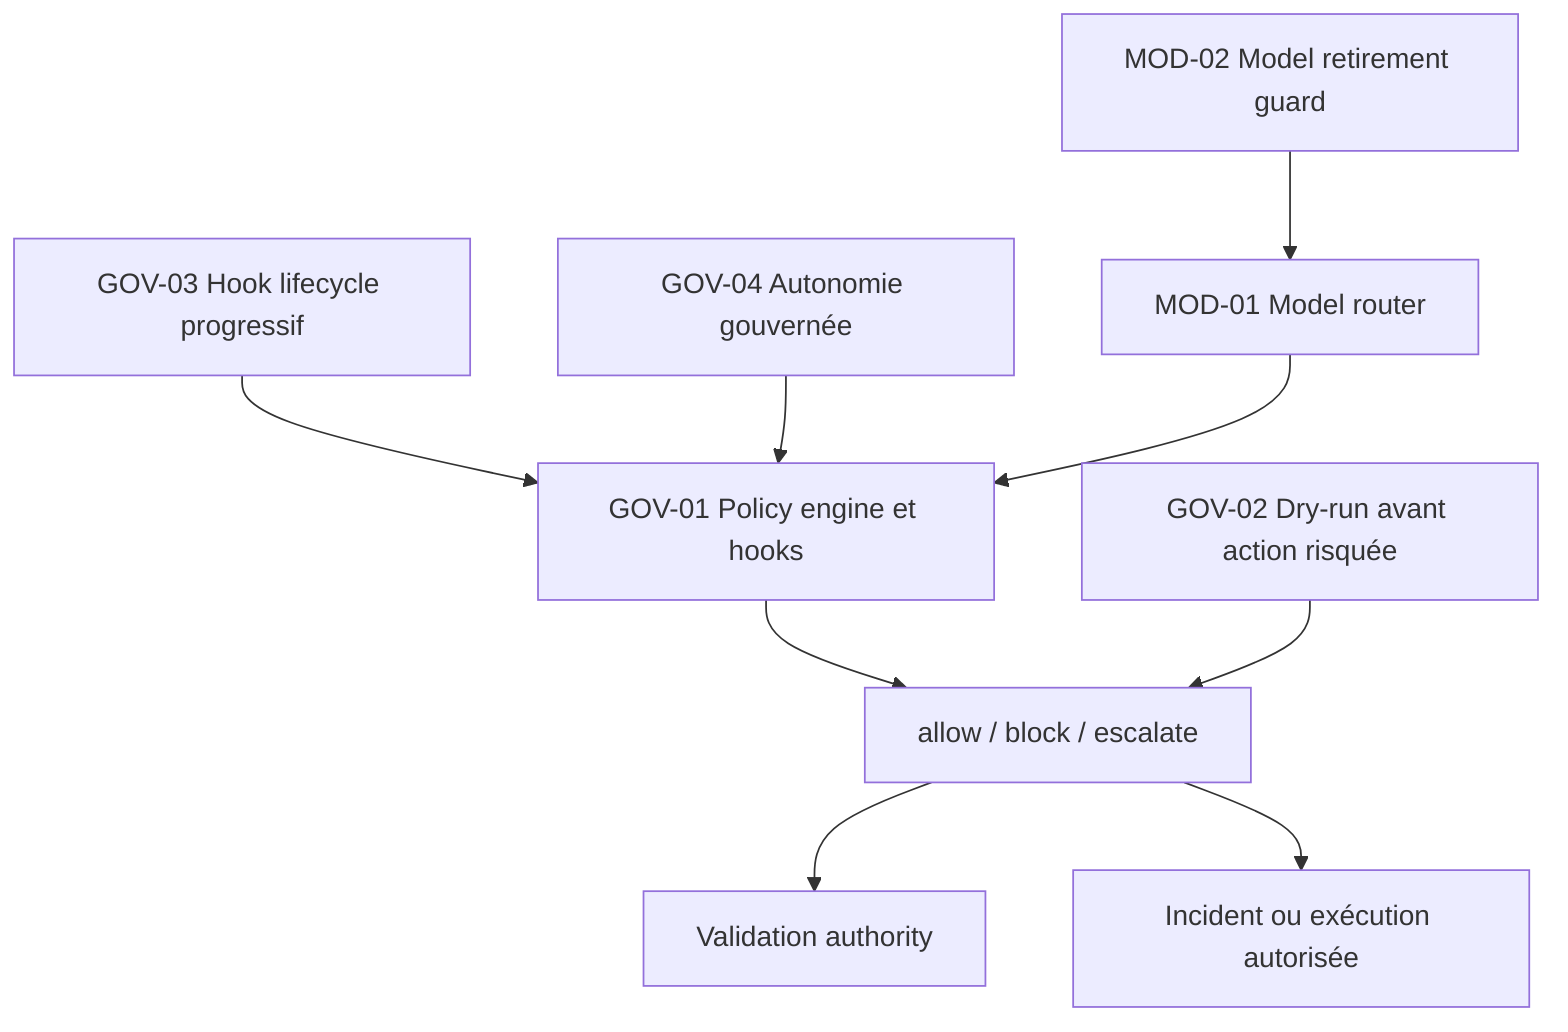
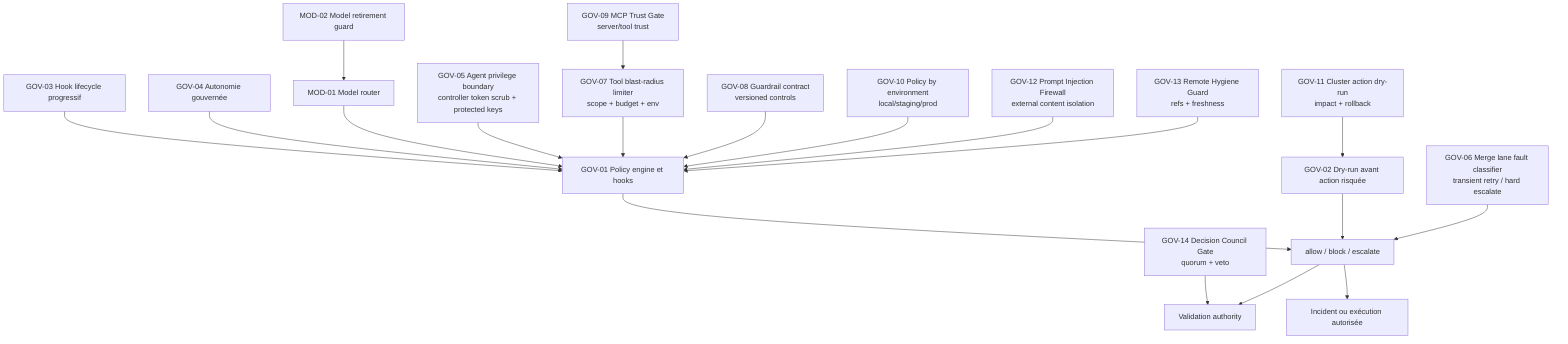
flowchart TD
    A["GOV-01 Policy engine et hooks"] --> B["allow / block / escalate"]
    C["GOV-02 Dry-run avant action risquée"] --> B
    D["GOV-03 Hook lifecycle progressif"] --> A
    E["GOV-04 Autonomie gouvernée"] --> A
    F["MOD-01 Model router"] --> A
    G["MOD-02 Model retirement guard"] --> F
+     J["GOV-05 Agent privilege boundary\ncontroller token scrub + protected keys"] --> A
+     K["GOV-06 Merge lane fault classifier\ntransient retry / hard escalate"] --> B
+     L["GOV-07 Tool blast-radius limiter\nscope + budget + env"] --> A
+     M["GOV-08 Guardrail contract\nversioned controls"] --> A
+     N["GOV-09 MCP Trust Gate\nserver/tool trust"] --> L
+     O["GOV-10 Policy by environment\nlocal/staging/prod"] --> A
+     P["GOV-11 Cluster action dry-run\nimpact + rollback"] --> C
+     Q["GOV-12 Prompt Injection Firewall\nexternal content isolation"] --> A
+     R["GOV-13 Remote Hygiene Guard\nrefs + freshness"] --> A
+     S["GOV-14 Decision Council Gate\nquorum + veto"] --> H
    B --> H["Validation authority"]
    B --> I["Incident ou exécution autorisée"]
